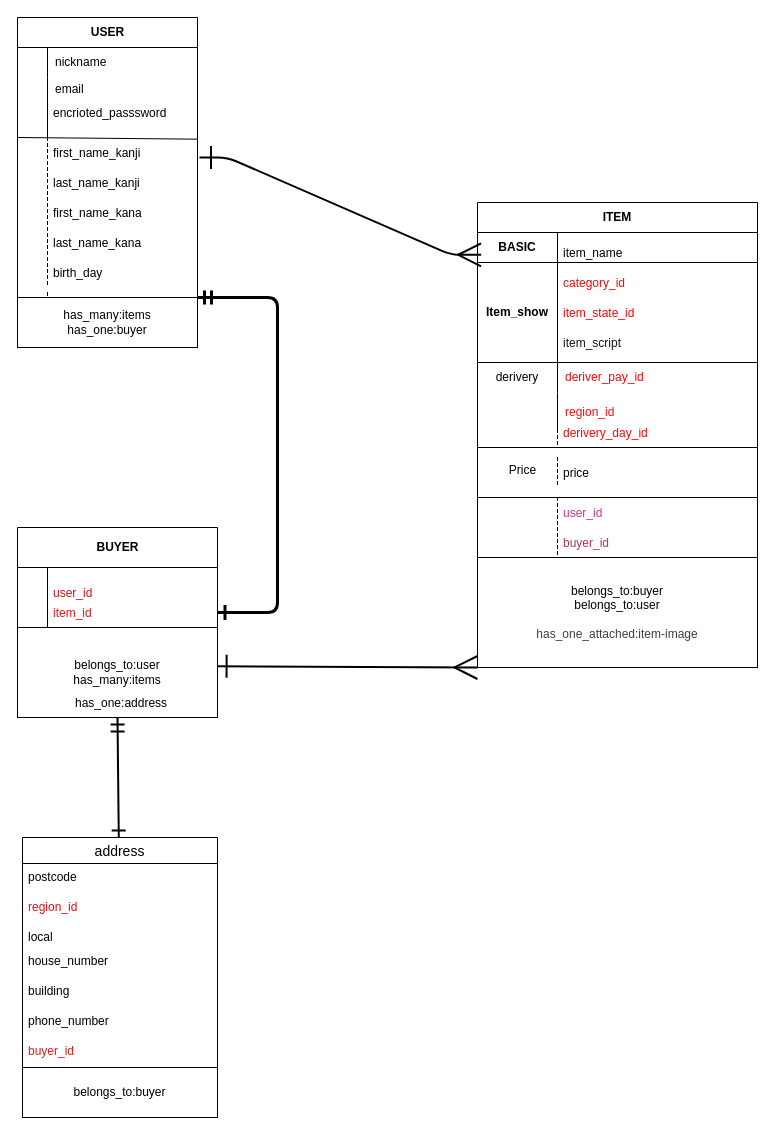
Earlier version of the draw.io diagram furima-46200.dio (Tomoki-Fukasawa/furima-46200). Source tidied: cells renumbered, new cells numbered last; positions are measured from the earlier drawing's top-left corner, leaving out a move shared by most shapes. Both pictures are drawn from the tidied source at 100%, with x=0, y=0 at pixel (17, 17).
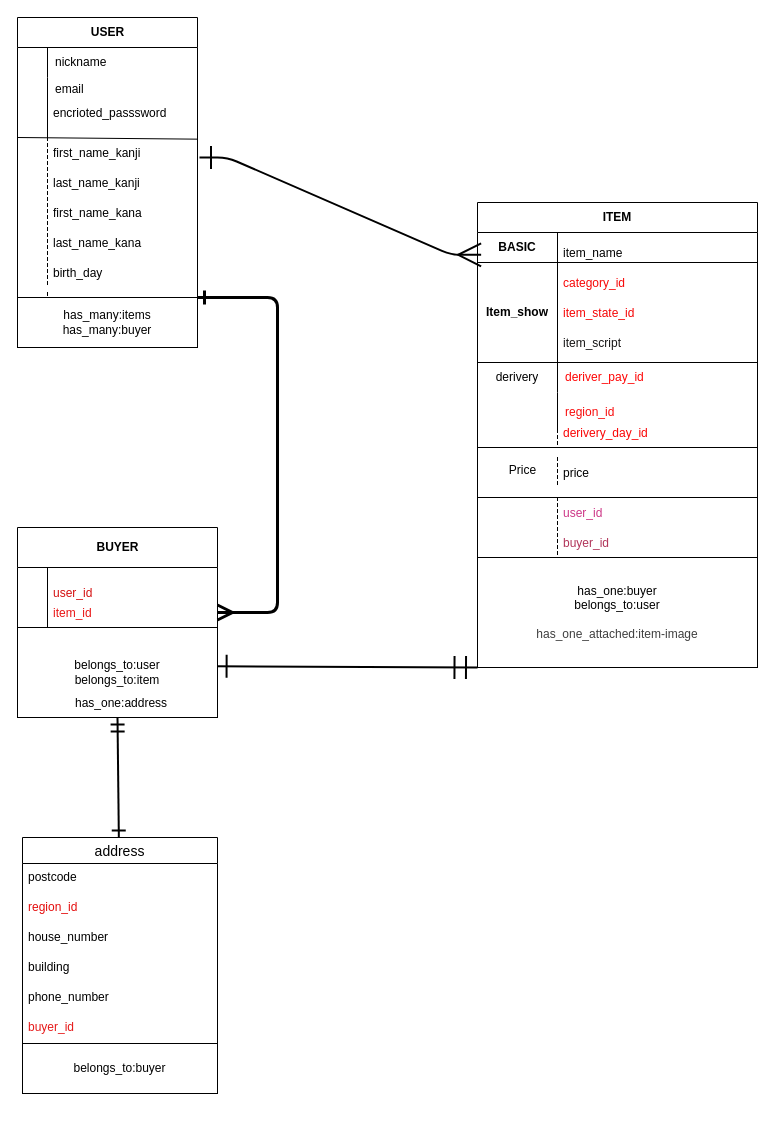
The same diagram, later.

Unchanged cells that the change refers to:
```xml
<mxCell id="17" style="shape=tableRow;horizontal=0;startSize=0;swimlaneHead=0;swimlaneBody=0;fillColor=none;points=[[0,0.5],[1,0.5]];portConstraint=eastwest;top=0;left=0;right=0;bottom=0;" parent="13" vertex="1">
  <mxGeometry y="70" width="200" height="30" as="geometry" />
</mxCell>
<mxCell id="20" style="shape=tableRow;horizontal=0;startSize=0;swimlaneHead=0;swimlaneBody=0;fillColor=none;points=[[0,0.5],[1,0.5]];portConstraint=eastwest;top=0;left=0;right=0;bottom=0;" parent="13" vertex="1">
  <mxGeometry y="100" width="200" height="60" as="geometry" />
</mxCell>
```

Change to the diagram source:
```diff
@@
-    <mxCell id="55" style="edgeStyle=none;html=1;exitX=0;exitY=1;exitDx=0;exitDy=0;startArrow=ERmany;startFill=0;endArrow=ERone;endFill=0;strokeWidth=2;targetPerimeterSpacing=20;endSize=20;startSize=20;entryX=0.988;entryY=0.647;entryDx=0;entryDy=0;entryPerimeter=0;" parent="1" edge="1" source="56" target="20">
+    <mxCell id="55" style="edgeStyle=none;html=1;exitX=0;exitY=1;exitDx=0;exitDy=0;startArrow=ERmandOne;startFill=0;endArrow=ERone;endFill=0;strokeWidth=2;targetPerimeterSpacing=20;endSize=20;startSize=20;entryX=0.988;entryY=0.647;entryDx=0;entryDy=0;entryPerimeter=0;" parent="1" edge="1" source="56" target="20">
       <mxGeometry relative="1" as="geometry" />
     </mxCell>
-    <mxCell id="56" value="belongs_to:buyer&lt;div&gt;belongs_to:user&lt;/div&gt;&lt;div&gt;&lt;br&gt;&lt;/div&gt;&lt;div&gt;&lt;span style=&quot;color: rgb(63, 63, 63);&quot;&gt;has_one_attached:item-image&lt;/span&gt;&lt;/div&gt;" style="whiteSpace=wrap;html=1;align=center;" parent="1" vertex="1">
+    <mxCell id="56" value="has_one:buyer&lt;div&gt;belongs_to:user&lt;/div&gt;&lt;div&gt;&lt;br&gt;&lt;/div&gt;&lt;div&gt;&lt;span style=&quot;color: rgb(63, 63, 63);&quot;&gt;has_one_attached:item-image&lt;/span&gt;&lt;/div&gt;" style="whiteSpace=wrap;html=1;align=center;" parent="1" vertex="1">
       <mxGeometry x="460" y="540" width="280" height="110" as="geometry" />
     </mxCell>
-    <mxCell id="57" style="edgeStyle=none;html=1;exitX=1;exitY=0;exitDx=0;exitDy=0;entryX=1;entryY=0.5;entryDx=0;entryDy=0;strokeWidth=3;startArrow=ERmandOne;startFill=0;endArrow=ERone;endFill=0;sourcePerimeterSpacing=8;targetPerimeterSpacing=11;endSize=11;startSize=10;" parent="1" edge="1" source="58" target="17">
+    <mxCell id="57" style="edgeStyle=none;html=1;exitX=1;exitY=0;exitDx=0;exitDy=0;entryX=1;entryY=0.5;entryDx=0;entryDy=0;strokeWidth=3;startArrow=ERone;startFill=0;endArrow=ERmany;endFill=0;sourcePerimeterSpacing=8;targetPerimeterSpacing=11;endSize=11;startSize=10;" parent="1" edge="1" source="58" target="17">
       <mxGeometry relative="1" as="geometry">
         <Array as="points">
           <mxPoint x="260" y="280" />
           <mxPoint x="260" y="470" />
           <mxPoint x="260" y="595" />
         </Array>
       </mxGeometry>
     </mxCell>
-    <mxCell id="58" value="has_many:items&lt;div&gt;has_one:buyer&lt;/div&gt;" style="whiteSpace=wrap;html=1;align=center;" parent="1" vertex="1">
+    <mxCell id="58" value="has_many:items&lt;div&gt;has_many:buyer&lt;/div&gt;" style="whiteSpace=wrap;html=1;align=center;" parent="1" vertex="1">
       <mxGeometry y="280" width="180" height="50" as="geometry" />
     </mxCell>
-    <mxCell id="59" value="belongs_to:user&lt;div&gt;has_many:items&lt;/div&gt;" style="whiteSpace=wrap;html=1;align=center;" parent="1" vertex="1">
+    <mxCell id="59" value="belongs_to:user&lt;div&gt;belongs_to:item&lt;/div&gt;" style="whiteSpace=wrap;html=1;align=center;" parent="1" vertex="1">
       <mxGeometry y="610" width="200" height="90" as="geometry" />
     </mxCell>
@@
     <mxCell id="76" value="address" style="swimlane;fontStyle=0;horizontal=1;startSize=26;align=center;fontSize=14;" parent="1" vertex="1">
-      <mxGeometry x="5" y="820" width="195" height="230" as="geometry" />
+      <mxGeometry x="5" y="820" width="195" height="206" as="geometry" />
     </mxCell>
@@
-    <mxCell id="79" value="local" style="text;strokeColor=none;fillColor=none;spacingLeft=4;spacingRight=4;overflow=hidden;fontSize=12;whiteSpace=wrap;html=1;" parent="76" vertex="1">
-      <mxGeometry y="86" width="195" height="24" as="geometry" />
-    </mxCell>
     <mxCell id="80" value="house_number" style="text;strokeColor=none;fillColor=none;spacingLeft=4;spacingRight=4;overflow=hidden;fontSize=12;whiteSpace=wrap;html=1;" parent="76" vertex="1">
-      <mxGeometry y="110" width="195" height="30" as="geometry" />
+      <mxGeometry y="86" width="195" height="30" as="geometry" />
     </mxCell>
     <mxCell id="81" value="building" style="text;strokeColor=none;fillColor=none;spacingLeft=4;spacingRight=4;overflow=hidden;fontSize=12;whiteSpace=wrap;html=1;" parent="76" vertex="1">
-      <mxGeometry y="140" width="195" height="30" as="geometry" />
+      <mxGeometry y="116" width="195" height="30" as="geometry" />
     </mxCell>
     <mxCell id="82" value="phone_number" style="text;strokeColor=none;fillColor=none;spacingLeft=4;spacingRight=4;overflow=hidden;fontSize=12;whiteSpace=wrap;html=1;" parent="76" vertex="1">
-      <mxGeometry y="170" width="195" height="30" as="geometry" />
+      <mxGeometry y="146" width="195" height="30" as="geometry" />
     </mxCell>
     <mxCell id="83" value="buyer_id" style="text;strokeColor=none;fillColor=none;spacingLeft=4;spacingRight=4;overflow=hidden;fontSize=12;whiteSpace=wrap;html=1;fontColor=light-dark(#e61919, #ededed);" parent="76" vertex="1">
-      <mxGeometry y="200" width="195" height="30" as="geometry" />
+      <mxGeometry y="176" width="195" height="30" as="geometry" />
     </mxCell>
     <mxCell id="84" value="belongs_to:buyer" style="whiteSpace=wrap;html=1;align=center;" parent="1" vertex="1">
-      <mxGeometry x="5" y="1050" width="195" height="50" as="geometry" />
+      <mxGeometry x="5" y="1026" width="195" height="50" as="geometry" />
     </mxCell>
```
